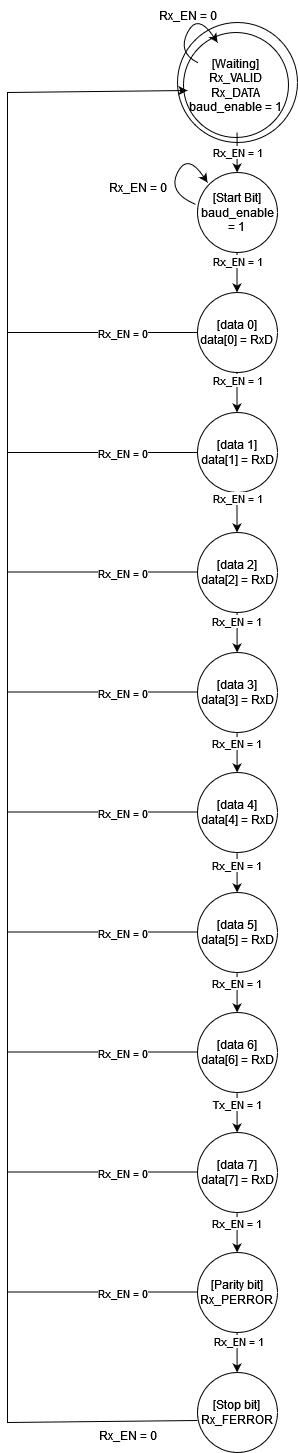
gianath03/digital-circuit-lab keeps this draw.io diagram as project_2/project-2.diagrams/receive_module_FSM.drawio.png. Above is the earlier version. Source tidied: cells renumbered, new cells last; positions are measured from the earlier drawing's top-left corner, leaving out a move shared by most shapes. The source it was exported from:
```xml
<mxGraphModel>
  <root>
    <mxCell id="0" />
    <mxCell id="1" parent="0" />
    <mxCell id="2" value="&lt;div&gt;[Start Bit]&lt;/div&gt;&lt;div&gt;baud_enable = 1&lt;br&gt;&lt;/div&gt;" style="ellipse;whiteSpace=wrap;html=1;" parent="1" vertex="1">
      <mxGeometry x="190" y="172" width="80" height="80" as="geometry" />
    </mxCell>
    <mxCell id="3" value="&lt;div&gt;[data 0]&lt;/div&gt;&lt;div&gt;data[0] = RxD&lt;br&gt;&lt;/div&gt;" style="ellipse;whiteSpace=wrap;html=1;" parent="1" vertex="1">
      <mxGeometry x="190" y="292" width="80" height="80" as="geometry" />
    </mxCell>
    <mxCell id="4" value="&lt;div&gt;[data 1]&lt;/div&gt;&lt;div&gt;data[1] = RxD&lt;/div&gt;" style="ellipse;whiteSpace=wrap;html=1;" parent="1" vertex="1">
      <mxGeometry x="190" y="412" width="80" height="80" as="geometry" />
    </mxCell>
    <mxCell id="5" value="[data 2]&lt;div&gt;data[2] = RxD&lt;/div&gt;" style="ellipse;whiteSpace=wrap;html=1;" parent="1" vertex="1">
      <mxGeometry x="190" y="532" width="80" height="80" as="geometry" />
    </mxCell>
    <mxCell id="6" value="[data 3]&lt;div&gt;data[3] = RxD&lt;/div&gt;" style="ellipse;whiteSpace=wrap;html=1;" parent="1" vertex="1">
      <mxGeometry x="190" y="652" width="80" height="80" as="geometry" />
    </mxCell>
    <mxCell id="7" value="&lt;div&gt;[data 4]&lt;br&gt;&lt;/div&gt;&lt;div&gt;data[4] = RxD&lt;/div&gt;" style="ellipse;whiteSpace=wrap;html=1;" parent="1" vertex="1">
      <mxGeometry x="190" y="772" width="80" height="80" as="geometry" />
    </mxCell>
    <mxCell id="8" value="[data 5]&lt;div&gt;data[5] = RxD&lt;/div&gt;" style="ellipse;whiteSpace=wrap;html=1;" parent="1" vertex="1">
      <mxGeometry x="190" y="892" width="80" height="80" as="geometry" />
    </mxCell>
    <mxCell id="9" value="[data 6]&lt;div&gt;data[6] = RxD&lt;/div&gt;" style="ellipse;whiteSpace=wrap;html=1;" parent="1" vertex="1">
      <mxGeometry x="190" y="1012" width="80" height="80" as="geometry" />
    </mxCell>
    <mxCell id="10" value="[data 7]&lt;div&gt;data[7] = RxD&lt;/div&gt;" style="ellipse;whiteSpace=wrap;html=1;" parent="1" vertex="1">
      <mxGeometry x="190" y="1132" width="80" height="80" as="geometry" />
    </mxCell>
    <mxCell id="11" value="&lt;div&gt;[Parity bit]&lt;/div&gt;&lt;div&gt;Rx_PERROR&lt;br&gt;&lt;/div&gt;" style="ellipse;whiteSpace=wrap;html=1;" parent="1" vertex="1">
      <mxGeometry x="190" y="1252" width="80" height="80" as="geometry" />
    </mxCell>
    <mxCell id="12" value="&lt;div&gt;[Stop bit]&lt;/div&gt;&lt;div&gt;&lt;div&gt;Rx_FERROR&lt;br&gt;&lt;/div&gt;&lt;/div&gt;" style="ellipse;whiteSpace=wrap;html=1;" parent="1" vertex="1">
      <mxGeometry x="190" y="1372" width="80" height="80" as="geometry" />
    </mxCell>
    <mxCell id="13" style="ellipse;whiteSpace=wrap;html=1;" parent="1" vertex="1">
      <mxGeometry x="170" y="22" width="120" height="120" as="geometry" />
    </mxCell>
    <mxCell id="14" value="&lt;div&gt;[Waiting]&lt;/div&gt;&lt;div&gt;Rx_VALID&lt;br&gt;&lt;/div&gt;&lt;div&gt;Rx_DATA&lt;/div&gt;&lt;div&gt;baud_enable = 1&lt;/div&gt;" style="ellipse;whiteSpace=wrap;html=1;fillColor=none;" parent="1" vertex="1">
      <mxGeometry x="176" y="32" width="105" height="105" as="geometry" />
    </mxCell>
    <mxCell id="15" style="endArrow=classic;html=1;rounded=0;" parent="1" edge="1">
      <mxGeometry relative="1" as="geometry">
        <mxPoint x="229.5" y="252" as="sourcePoint" />
        <mxPoint x="229.5" y="292" as="targetPoint" />
      </mxGeometry>
    </mxCell>
    <mxCell id="16" value="Rx_EN = 1" style="edgeLabel;html=1;align=center;verticalAlign=middle;" parent="15" vertex="1">
      <mxGeometry x="-0.54" relative="1" as="geometry" />
    </mxCell>
    <mxCell id="17" style="endArrow=classic;html=1;rounded=0;" parent="1" edge="1">
      <mxGeometry relative="1" as="geometry">
        <mxPoint x="229.5" y="372" as="sourcePoint" />
        <mxPoint x="229.5" y="412" as="targetPoint" />
      </mxGeometry>
    </mxCell>
    <mxCell id="18" value="Rx_EN = 1" style="edgeLabel;html=1;align=center;verticalAlign=middle;" parent="17" vertex="1">
      <mxGeometry x="-0.59" relative="1" as="geometry" />
    </mxCell>
    <mxCell id="19" style="endArrow=classic;html=1;rounded=0;" parent="1" edge="1">
      <mxGeometry relative="1" as="geometry">
        <mxPoint x="229.5" y="492" as="sourcePoint" />
        <mxPoint x="229.5" y="532" as="targetPoint" />
      </mxGeometry>
    </mxCell>
    <mxCell id="20" value="Rx_EN = 1" style="edgeLabel;html=1;align=center;verticalAlign=middle;" parent="19" vertex="1">
      <mxGeometry x="-0.71" relative="1" as="geometry" />
    </mxCell>
    <mxCell id="21" style="endArrow=classic;html=1;rounded=0;" parent="1" edge="1">
      <mxGeometry relative="1" as="geometry">
        <mxPoint x="229.6" y="612" as="sourcePoint" />
        <mxPoint x="229.6" y="652" as="targetPoint" />
      </mxGeometry>
    </mxCell>
    <mxCell id="22" value="Rx_EN = 1" style="edgeLabel;html=1;align=center;verticalAlign=middle;" parent="21" vertex="1">
      <mxGeometry x="-0.57" y="-1" relative="1" as="geometry" />
    </mxCell>
    <mxCell id="23" style="endArrow=classic;html=1;rounded=0;" parent="1" edge="1">
      <mxGeometry relative="1" as="geometry">
        <mxPoint x="229.6" y="732" as="sourcePoint" />
        <mxPoint x="229.6" y="772" as="targetPoint" />
      </mxGeometry>
    </mxCell>
    <mxCell id="24" value="Rx_EN = 1" style="edgeLabel;html=1;align=center;verticalAlign=middle;" parent="23" vertex="1">
      <mxGeometry x="-0.45" y="-1" relative="1" as="geometry" />
    </mxCell>
    <mxCell id="25" style="endArrow=classic;html=1;rounded=0;" parent="1" edge="1">
      <mxGeometry relative="1" as="geometry">
        <mxPoint x="229.6" y="852" as="sourcePoint" />
        <mxPoint x="229.6" y="892" as="targetPoint" />
      </mxGeometry>
    </mxCell>
    <mxCell id="26" value="Rx_EN = 1" style="edgeLabel;html=1;align=center;verticalAlign=middle;" parent="25" vertex="1">
      <mxGeometry x="-0.38" y="-1" relative="1" as="geometry" />
    </mxCell>
    <mxCell id="27" style="endArrow=classic;html=1;rounded=0;" parent="1" edge="1">
      <mxGeometry relative="1" as="geometry">
        <mxPoint x="229.6" y="972" as="sourcePoint" />
        <mxPoint x="229.6" y="1012" as="targetPoint" />
      </mxGeometry>
    </mxCell>
    <mxCell id="28" value="Rx_EN = 1" style="edgeLabel;html=1;align=center;verticalAlign=middle;" parent="27" vertex="1">
      <mxGeometry x="-0.5" y="-1" relative="1" as="geometry" />
    </mxCell>
    <mxCell id="29" style="endArrow=classic;html=1;rounded=0;" parent="1" edge="1">
      <mxGeometry relative="1" as="geometry">
        <mxPoint x="229.6" y="1092" as="sourcePoint" />
        <mxPoint x="229.6" y="1132" as="targetPoint" />
      </mxGeometry>
    </mxCell>
    <mxCell id="30" value="Tx_EN = 1" style="edgeLabel;html=1;align=center;verticalAlign=middle;" parent="29" vertex="1">
      <mxGeometry x="-0.43" relative="1" as="geometry" />
    </mxCell>
    <mxCell id="31" style="endArrow=classic;html=1;rounded=0;" parent="1" edge="1">
      <mxGeometry relative="1" as="geometry">
        <mxPoint x="229.6" y="1212" as="sourcePoint" />
        <mxPoint x="229.6" y="1252" as="targetPoint" />
      </mxGeometry>
    </mxCell>
    <mxCell id="32" value="Rx_EN = 1" style="edgeLabel;html=1;align=center;verticalAlign=middle;" parent="31" vertex="1">
      <mxGeometry x="-0.5" y="-1" relative="1" as="geometry" />
    </mxCell>
    <mxCell id="33" style="endArrow=classic;html=1;rounded=0;" parent="1" edge="1">
      <mxGeometry relative="1" as="geometry">
        <mxPoint x="229.6" y="1332" as="sourcePoint" />
        <mxPoint x="229.6" y="1372" as="targetPoint" />
      </mxGeometry>
    </mxCell>
    <mxCell id="34" value="Rx_EN = 1" style="edgeLabel;html=1;align=center;verticalAlign=middle;" parent="33" vertex="1">
      <mxGeometry x="-0.55" y="1" relative="1" as="geometry" />
    </mxCell>
    <mxCell id="35" value="Rx_EN = 1" style="endArrow=classic;html=1;rounded=0;" parent="1" edge="1">
      <mxGeometry relative="1" as="geometry">
        <mxPoint x="229.6" y="132" as="sourcePoint" />
        <mxPoint x="229.6" y="172" as="targetPoint" />
      </mxGeometry>
    </mxCell>
    <mxCell id="36" style="endArrow=classic;html=1;rounded=0;" parent="1" edge="1">
      <mxGeometry relative="1" as="geometry">
        <mxPoint x="190" y="1420" as="sourcePoint" />
        <mxPoint x="180" y="90" as="targetPoint" />
        <Array as="points">
          <mxPoint y="1422" />
          <mxPoint y="752" />
          <mxPoint y="92" />
        </Array>
      </mxGeometry>
    </mxCell>
    <mxCell id="37" value="Rx_EN = 0" style="text;html=1;align=center;verticalAlign=middle;strokeColor=none;fillColor=none;" parent="1" vertex="1">
      <mxGeometry x="80" y="1420" width="80" height="30" as="geometry" />
    </mxCell>
    <mxCell id="38" style="curved=1;endArrow=classic;html=1;rounded=0;" parent="1" edge="1">
      <mxGeometry relative="1" as="geometry">
        <mxPoint x="190" y="62" as="sourcePoint" />
        <mxPoint x="210" y="42" as="targetPoint" />
        <Array as="points">
          <mxPoint x="170" y="52" />
          <mxPoint x="190" y="12" />
        </Array>
      </mxGeometry>
    </mxCell>
    <mxCell id="39" value="Rx_EN = 0" style="text;html=1;align=center;verticalAlign=middle;strokeColor=none;fillColor=none;" parent="1" vertex="1">
      <mxGeometry x="140" width="80" height="30" as="geometry" />
    </mxCell>
    <mxCell id="40" style="endArrow=none;html=1;rounded=0;entryX=0;entryY=0.5;entryDx=0;entryDy=0;" parent="1" edge="1" target="3">
      <mxGeometry relative="1" as="geometry">
        <mxPoint y="332" as="sourcePoint" />
      </mxGeometry>
    </mxCell>
    <mxCell id="41" value="Rx_EN = 0" style="edgeLabel;html=1;align=center;verticalAlign=middle;" parent="40" vertex="1">
      <mxGeometry x="0.2" y="-1" relative="1" as="geometry" />
    </mxCell>
    <mxCell id="42" style="endArrow=none;html=1;rounded=0;entryX=0;entryY=0.5;entryDx=0;entryDy=0;" parent="1" edge="1" target="4">
      <mxGeometry relative="1" as="geometry">
        <mxPoint y="452" as="sourcePoint" />
      </mxGeometry>
    </mxCell>
    <mxCell id="43" value="Rx_EN = 0" style="edgeLabel;html=1;align=center;verticalAlign=middle;" parent="42" vertex="1">
      <mxGeometry x="0.21" y="-1" relative="1" as="geometry" />
    </mxCell>
    <mxCell id="44" style="endArrow=none;html=1;rounded=0;entryX=0;entryY=0.5;entryDx=0;entryDy=0;" parent="1" edge="1">
      <mxGeometry relative="1" as="geometry">
        <mxPoint y="571.5" as="sourcePoint" />
        <mxPoint x="190" y="571.5" as="targetPoint" />
      </mxGeometry>
    </mxCell>
    <mxCell id="45" value="Rx_EN = 0" style="edgeLabel;html=1;align=center;verticalAlign=middle;" parent="44" vertex="1">
      <mxGeometry x="0.21" y="-1" relative="1" as="geometry" />
    </mxCell>
    <mxCell id="46" style="endArrow=none;html=1;rounded=0;entryX=0;entryY=0.5;entryDx=0;entryDy=0;" parent="1" edge="1">
      <mxGeometry relative="1" as="geometry">
        <mxPoint y="691.5" as="sourcePoint" />
        <mxPoint x="190" y="691.5" as="targetPoint" />
      </mxGeometry>
    </mxCell>
    <mxCell id="47" value="Rx_EN = 0" style="edgeLabel;html=1;align=center;verticalAlign=middle;" parent="46" vertex="1">
      <mxGeometry x="0.21" y="-1" relative="1" as="geometry" />
    </mxCell>
    <mxCell id="48" style="endArrow=none;html=1;rounded=0;entryX=0;entryY=0.5;entryDx=0;entryDy=0;" parent="1" edge="1">
      <mxGeometry relative="1" as="geometry">
        <mxPoint y="811.5" as="sourcePoint" />
        <mxPoint x="190" y="811.5" as="targetPoint" />
      </mxGeometry>
    </mxCell>
    <mxCell id="49" value="Rx_EN = 0" style="edgeLabel;html=1;align=center;verticalAlign=middle;" parent="48" vertex="1">
      <mxGeometry x="0.21" y="-1" relative="1" as="geometry" />
    </mxCell>
    <mxCell id="50" style="endArrow=none;html=1;rounded=0;entryX=0;entryY=0.5;entryDx=0;entryDy=0;" parent="1" edge="1">
      <mxGeometry relative="1" as="geometry">
        <mxPoint y="931.5" as="sourcePoint" />
        <mxPoint x="190" y="931.5" as="targetPoint" />
      </mxGeometry>
    </mxCell>
    <mxCell id="51" value="Rx_EN = 0" style="edgeLabel;html=1;align=center;verticalAlign=middle;" parent="50" vertex="1">
      <mxGeometry x="0.21" y="-1" relative="1" as="geometry" />
    </mxCell>
    <mxCell id="52" style="endArrow=none;html=1;rounded=0;entryX=0;entryY=0.5;entryDx=0;entryDy=0;" parent="1" edge="1">
      <mxGeometry relative="1" as="geometry">
        <mxPoint y="1051.5" as="sourcePoint" />
        <mxPoint x="190" y="1051.5" as="targetPoint" />
      </mxGeometry>
    </mxCell>
    <mxCell id="53" value="Rx_EN = 0" style="edgeLabel;html=1;align=center;verticalAlign=middle;" parent="52" vertex="1">
      <mxGeometry x="0.21" y="-1" relative="1" as="geometry" />
    </mxCell>
    <mxCell id="54" style="endArrow=none;html=1;rounded=0;entryX=0;entryY=0.5;entryDx=0;entryDy=0;" parent="1" edge="1">
      <mxGeometry relative="1" as="geometry">
        <mxPoint y="1171.5" as="sourcePoint" />
        <mxPoint x="190" y="1171.5" as="targetPoint" />
      </mxGeometry>
    </mxCell>
    <mxCell id="55" value="Rx_EN = 0" style="edgeLabel;html=1;align=center;verticalAlign=middle;" parent="54" vertex="1">
      <mxGeometry x="0.21" y="-1" relative="1" as="geometry" />
    </mxCell>
    <mxCell id="56" style="endArrow=none;html=1;rounded=0;entryX=0;entryY=0.5;entryDx=0;entryDy=0;" parent="1" edge="1">
      <mxGeometry relative="1" as="geometry">
        <mxPoint y="1291.5" as="sourcePoint" />
        <mxPoint x="190" y="1291.5" as="targetPoint" />
      </mxGeometry>
    </mxCell>
    <mxCell id="57" value="Rx_EN = 0" style="edgeLabel;html=1;align=center;verticalAlign=middle;" parent="56" vertex="1">
      <mxGeometry x="0.21" y="-1" relative="1" as="geometry" />
    </mxCell>
    <mxCell id="58" style="curved=1;endArrow=classic;html=1;rounded=0;exitX=-0.03;exitY=0.396;exitDx=0;exitDy=0;exitPerimeter=0;" parent="1" edge="1" source="2">
      <mxGeometry relative="1" as="geometry">
        <mxPoint x="200" y="182" as="targetPoint" />
        <Array as="points">
          <mxPoint x="160" y="192" />
          <mxPoint x="180" y="152" />
        </Array>
      </mxGeometry>
    </mxCell>
    <mxCell id="59" value="Rx_EN = 0" style="text;html=1;align=center;verticalAlign=middle;strokeColor=none;fillColor=none;" parent="1" vertex="1">
      <mxGeometry x="90" y="172" width="80" height="30" as="geometry" />
    </mxCell>
  </root>
</mxGraphModel>
```
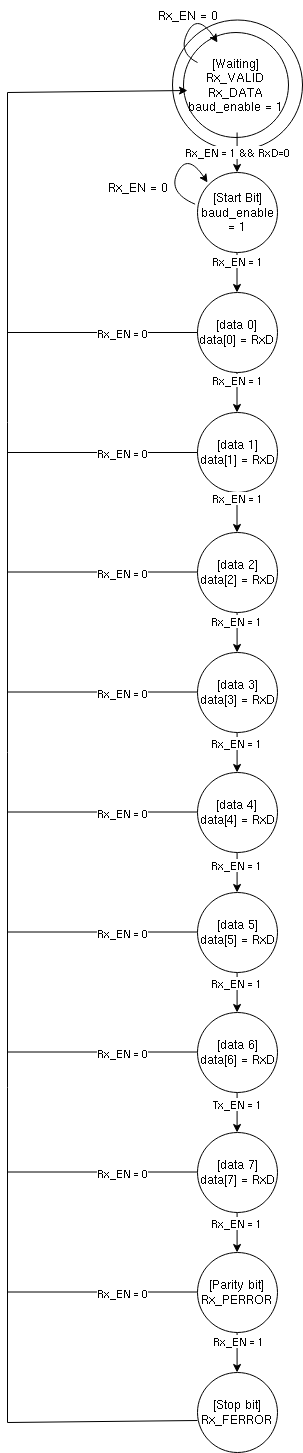
After the commit.

Diff of the diagram source:
```diff
@@ -36,7 +36,7 @@
       <mxGeometry x="190" y="1372" width="80" height="80" as="geometry" />
     </mxCell>
     <mxCell id="13" style="ellipse;whiteSpace=wrap;html=1;" parent="1" vertex="1">
-      <mxGeometry x="170" y="22" width="120" height="120" as="geometry" />
+      <mxGeometry x="165" y="19.5" width="130" height="130" as="geometry" />
     </mxCell>
     <mxCell id="14" value="&lt;div&gt;[Waiting]&lt;/div&gt;&lt;div&gt;Rx_VALID&lt;br&gt;&lt;/div&gt;&lt;div&gt;Rx_DATA&lt;/div&gt;&lt;div&gt;baud_enable = 1&lt;/div&gt;" style="ellipse;whiteSpace=wrap;html=1;fillColor=none;" parent="1" vertex="1">
       <mxGeometry x="176" y="32" width="105" height="105" as="geometry" />
@@ -131,7 +131,7 @@
     <mxCell id="34" value="Rx_EN = 1" style="edgeLabel;html=1;align=center;verticalAlign=middle;" parent="33" vertex="1">
       <mxGeometry x="-0.55" y="1" relative="1" as="geometry" />
     </mxCell>
-    <mxCell id="35" value="Rx_EN = 1" style="endArrow=classic;html=1;rounded=0;" parent="1" edge="1">
+    <mxCell id="35" value="Rx_EN = 1 &amp;amp;&amp;amp; RxD=0" style="endArrow=classic;html=1;rounded=0;" parent="1" edge="1">
       <mxGeometry relative="1" as="geometry">
         <mxPoint x="229.6" y="132" as="sourcePoint" />
         <mxPoint x="229.6" y="172" as="targetPoint" />
@@ -148,9 +148,6 @@
         </Array>
       </mxGeometry>
     </mxCell>
-    <mxCell id="37" value="Rx_EN = 0" style="text;html=1;align=center;verticalAlign=middle;strokeColor=none;fillColor=none;" parent="1" vertex="1">
-      <mxGeometry x="80" y="1420" width="80" height="30" as="geometry" />
-    </mxCell>
     <mxCell id="38" style="curved=1;endArrow=classic;html=1;rounded=0;" parent="1" edge="1">
       <mxGeometry relative="1" as="geometry">
         <mxPoint x="190" y="62" as="sourcePoint" />
```
